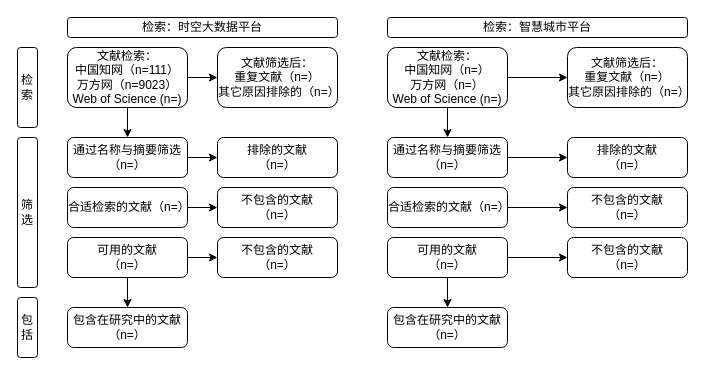
Before: 时空大数据平台研究检索图.drawio in gaochaowyq/MinderGraph, a draw.io diagram. Source tidied: cells renumbered, new cells numbered last; positions are measured from the earlier drawing's top-left corner, leaving out a move shared by most shapes. Both pictures are drawn from the tidied source at 100%, with x=0, y=0 at pixel (17, 17).
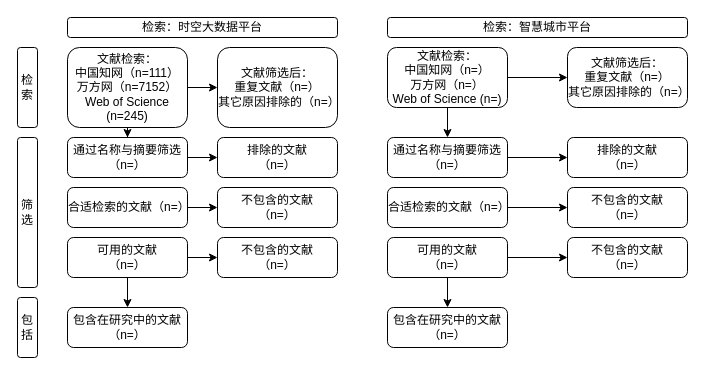
After the change.

Commit message:
更新时空大数据平台研究检索图.drawio

What changed in the source:
```diff
@@
-    <mxCell id="9" value="文献检索：&lt;br&gt;中国知网（n=111）&lt;br&gt;万方网（n=9023）&lt;br&gt;Web of Science (n=)" style="rounded=1;whiteSpace=wrap;html=1;" parent="1" vertex="1">
-      <mxGeometry x="50" y="30" width="120" height="60" as="geometry" />
+    <mxCell id="9" value="文献检索：&lt;br&gt;中国知网（n=111）&lt;br&gt;万方网（n=7152）&lt;br&gt;Web of Science (n=245)" style="rounded=1;whiteSpace=wrap;html=1;" parent="1" vertex="1">
+      <mxGeometry x="50" y="30" width="120" height="80" as="geometry" />
     </mxCell>
     <mxCell id="10" value="文献筛选后：&lt;br&gt;重复文献（n=）&lt;br&gt;其它原因排除的（n=）" style="rounded=1;whiteSpace=wrap;html=1;" parent="1" vertex="1">
-      <mxGeometry x="200" y="30" width="120" height="60" as="geometry" />
+      <mxGeometry x="200" y="30" width="120" height="80" as="geometry" />
     </mxCell>
```
